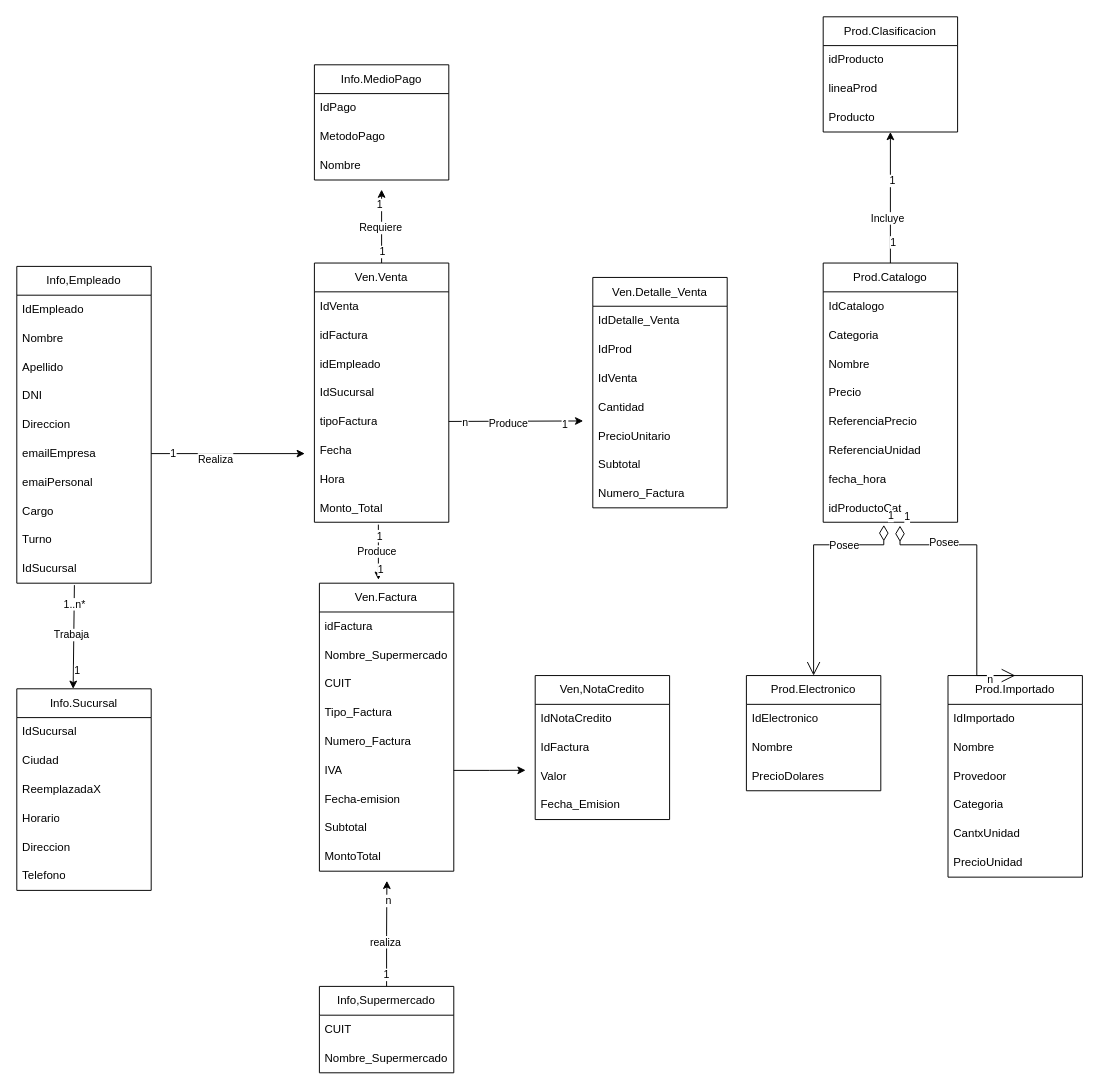
Earlier version of the draw.io diagram Scripts_Ordenados/DER_FINAL.drawio (modestti/Supermercado). Source tidied: cells renumbered, new cells numbered last; positions are measured from the earlier drawing's top-left corner, leaving out a move shared by most shapes. Both pictures are drawn from the tidied source at 96%, with x=0, y=0 at pixel (16, 16).
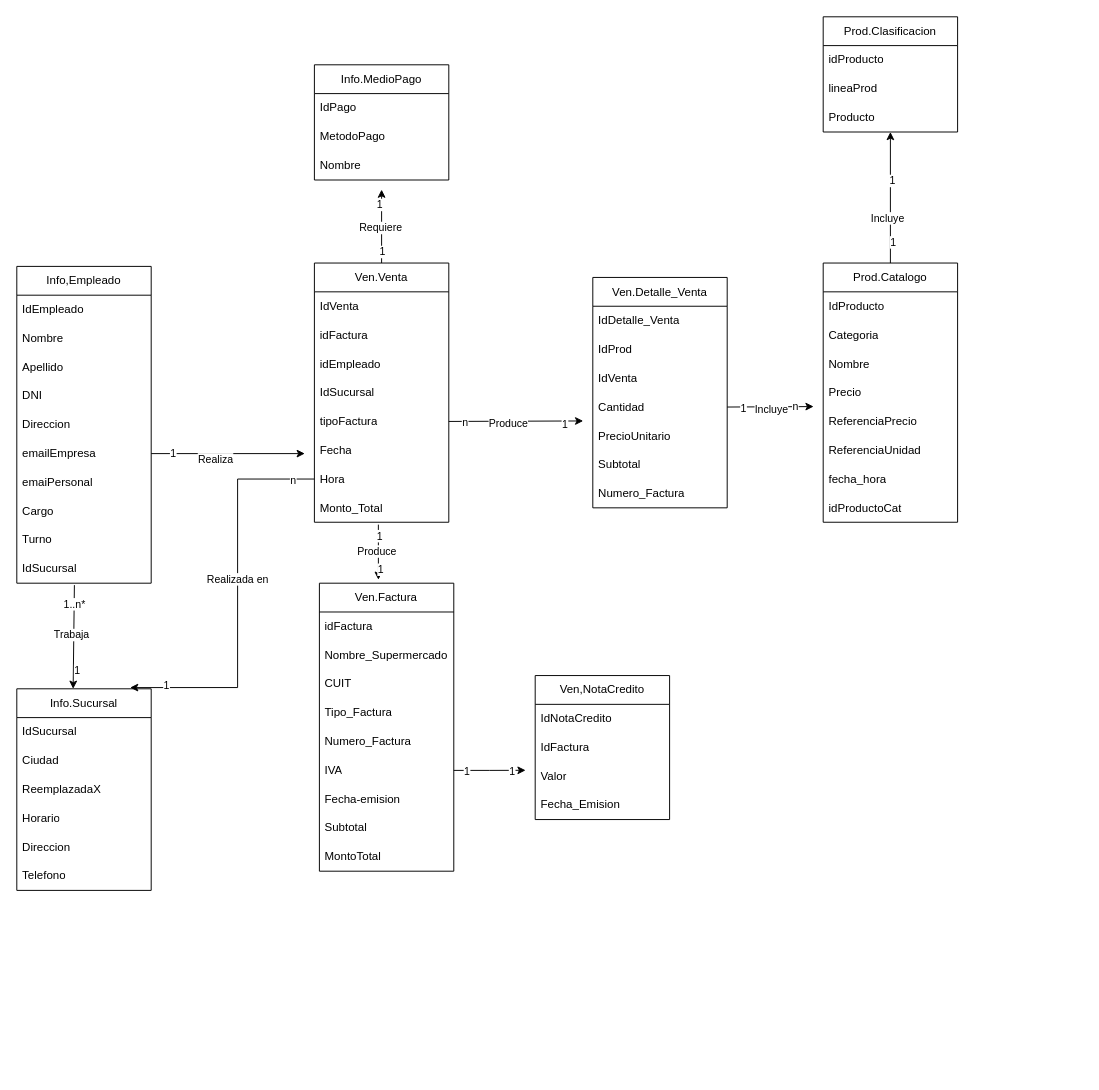
After the change.

The change refers to these unchanged cells:
```xml
<mxCell id="20" value="Prod.Catalogo" style="swimlane;fontStyle=0;horizontal=1;startSize=30;whiteSpace=wrap;html=1;" parent="1" vertex="1">
  <mxGeometry x="840" y="256.5" width="140" height="270" as="geometry" />
</mxCell>
<mxCell id="28" value="idProductoCat" style="text;strokeColor=none;fillColor=none;align=left;verticalAlign=middle;spacingLeft=4;spacingRight=4;overflow=hidden;points=[[0,0.5],[1,0.5]];portConstraint=eastwest;whiteSpace=wrap;html=1;" parent="20" vertex="1">
  <mxGeometry y="240" width="140" height="30" as="geometry" />
</mxCell>
<mxCell id="44" value="Hora" style="text;strokeColor=none;fillColor=none;align=left;verticalAlign=middle;spacingLeft=4;spacingRight=4;overflow=hidden;points=[[0,0.5],[1,0.5]];portConstraint=eastwest;whiteSpace=wrap;html=1;" parent="33" vertex="1">
  <mxGeometry y="210" width="140" height="30" as="geometry" />
</mxCell>
<mxCell id="46" value="Info.Sucursal" style="swimlane;fontStyle=0;horizontal=1;startSize=30;whiteSpace=wrap;html=1;" parent="1" vertex="1">
  <mxGeometry y="700" width="140" height="210" as="geometry" />
</mxCell>
<mxCell id="67" style="edgeStyle=orthogonalEdgeStyle;rounded=0;jettySize=auto;html=1;exitX=1;exitY=0.5;exitDx=0;exitDy=0;" parent="61" edge="1" source="68">
  <mxGeometry relative="1" as="geometry">
    <mxPoint x="214.8" y="194.9" as="targetPoint" />
  </mxGeometry>
</mxCell>
<mxCell id="72" value="Ven.Detalle_Venta" style="swimlane;fontStyle=0;horizontal=1;startSize=30;whiteSpace=wrap;html=1;" parent="1" vertex="1">
  <mxGeometry x="600" y="271.5" width="140" height="240" as="geometry" />
</mxCell>
<mxCell id="76" value="Cantidad" style="text;strokeColor=none;fillColor=none;align=left;verticalAlign=middle;spacingLeft=4;spacingRight=4;overflow=hidden;points=[[0,0.5],[1,0.5]];portConstraint=eastwest;whiteSpace=wrap;html=1;" parent="72" vertex="1">
  <mxGeometry y="120" width="140" height="30" as="geometry" />
</mxCell>
```

Diff of the diagram source:
```diff
@@
-    <mxCell id="21" value="IdCatalogo" style="text;strokeColor=none;fillColor=none;align=left;verticalAlign=middle;spacingLeft=4;spacingRight=4;overflow=hidden;whiteSpace=wrap;html=1;" parent="20" vertex="1">
+    <mxCell id="21" value="IdProducto" style="text;strokeColor=none;fillColor=none;align=left;verticalAlign=middle;spacingLeft=4;spacingRight=4;overflow=hidden;whiteSpace=wrap;html=1;" parent="20" vertex="1">
       <mxGeometry y="30" width="140" height="30" as="geometry" />
     </mxCell>
@@
+    <mxCell id="116" value="1" style="edgeLabel;html=1;align=center;verticalAlign=middle;" parent="67" vertex="1">
+      <mxGeometry x="-0.66" relative="1" as="geometry" />
+    </mxCell>
+    <mxCell id="117" value="1" style="edgeLabel;html=1;align=center;verticalAlign=middle;" parent="67" vertex="1">
+      <mxGeometry x="0.61" relative="1" as="geometry" />
+    </mxCell>
@@
+    <mxCell id="118" style="edgeStyle=orthogonalEdgeStyle;rounded=0;jettySize=auto;html=1;exitX=1;exitY=0.5;exitDx=0;exitDy=0;" parent="72" edge="1" source="76">
+      <mxGeometry relative="1" as="geometry">
+        <mxPoint x="230" y="134.5" as="targetPoint" />
+      </mxGeometry>
+    </mxCell>
+    <mxCell id="119" value="1" style="edgeLabel;html=1;align=center;verticalAlign=middle;" parent="118" vertex="1">
+      <mxGeometry x="-0.64" y="-1" relative="1" as="geometry" />
+    </mxCell>
+    <mxCell id="120" value="n" style="edgeLabel;html=1;align=center;verticalAlign=middle;" parent="118" vertex="1">
+      <mxGeometry x="0.58" y="1" relative="1" as="geometry" />
+    </mxCell>
+    <mxCell id="121" value="Incluye" style="edgeLabel;html=1;align=center;verticalAlign=middle;" parent="118" vertex="1">
+      <mxGeometry y="-2" relative="1" as="geometry" />
+    </mxCell>
@@
-    <mxCell id="80" style="edgeStyle=orthogonalEdgeStyle;rounded=0;jettySize=auto;html=1;exitX=0.5;exitY=0;exitDx=0;exitDy=0;" parent="1" edge="1" source="84">
-      <mxGeometry relative="1" as="geometry">
-        <mxPoint x="385.5" y="900" as="targetPoint" />
-      </mxGeometry>
-    </mxCell>
-    <mxCell id="81" value="1" style="edgeLabel;html=1;align=center;verticalAlign=middle;" parent="80" vertex="1">
-      <mxGeometry x="-0.76" y="1" relative="1" as="geometry" />
-    </mxCell>
-    <mxCell id="82" value="n" style="edgeLabel;html=1;align=center;verticalAlign=middle;" parent="80" vertex="1">
-      <mxGeometry x="0.62" y="-1" relative="1" as="geometry" />
-    </mxCell>
-    <mxCell id="83" value="realiza" style="edgeLabel;html=1;align=center;verticalAlign=middle;" parent="80" vertex="1">
-      <mxGeometry x="-0.16" y="2" relative="1" as="geometry" />
-    </mxCell>
-    <mxCell id="84" value="Info,Supermercado" style="swimlane;fontStyle=0;horizontal=1;startSize=30;whiteSpace=wrap;html=1;" parent="1" vertex="1">
-      <mxGeometry x="315.2" y="1010" width="140" height="90" as="geometry" />
-    </mxCell>
-    <mxCell id="85" value="CUIT" style="text;strokeColor=none;fillColor=none;align=left;verticalAlign=middle;spacingLeft=4;spacingRight=4;overflow=hidden;whiteSpace=wrap;html=1;" parent="84" vertex="1">
-      <mxGeometry y="30" width="140" height="30" as="geometry" />
-    </mxCell>
-    <mxCell id="86" value="Nombre_Supermercado" style="text;strokeColor=none;fillColor=none;align=left;verticalAlign=middle;spacingLeft=4;spacingRight=4;overflow=hidden;whiteSpace=wrap;html=1;" parent="84" vertex="1">
-      <mxGeometry y="60" width="140" height="30" as="geometry" />
-    </mxCell>
-    <mxCell id="87" value="Prod.Electronico" style="swimlane;fontStyle=0;horizontal=1;startSize=30;whiteSpace=wrap;html=1;" parent="1" vertex="1">
-      <mxGeometry x="760" y="686.2" width="140" height="120" as="geometry" />
-    </mxCell>
-    <mxCell id="88" value="IdElectronico" style="text;strokeColor=none;fillColor=none;align=left;verticalAlign=middle;spacingLeft=4;spacingRight=4;overflow=hidden;whiteSpace=wrap;html=1;" parent="87" vertex="1">
-      <mxGeometry y="30" width="140" height="30" as="geometry" />
-    </mxCell>
-    <mxCell id="89" value="Nombre" style="text;strokeColor=none;fillColor=none;align=left;verticalAlign=middle;spacingLeft=4;spacingRight=4;overflow=hidden;whiteSpace=wrap;html=1;" parent="87" vertex="1">
-      <mxGeometry y="60" width="140" height="30" as="geometry" />
-    </mxCell>
-    <mxCell id="90" value="PrecioDolares" style="text;strokeColor=none;fillColor=none;align=left;verticalAlign=middle;spacingLeft=4;spacingRight=4;overflow=hidden;whiteSpace=wrap;html=1;" parent="87" vertex="1">
-      <mxGeometry y="90" width="140" height="30" as="geometry" />
-    </mxCell>
-    <mxCell id="91" value="Prod.Importado" style="swimlane;fontStyle=0;horizontal=1;startSize=30;whiteSpace=wrap;html=1;" parent="1" vertex="1">
-      <mxGeometry x="970" y="686.2" width="140" height="210" as="geometry" />
-    </mxCell>
-    <mxCell id="92" value="IdImportado" style="text;strokeColor=none;fillColor=none;align=left;verticalAlign=middle;spacingLeft=4;spacingRight=4;overflow=hidden;whiteSpace=wrap;html=1;" parent="91" vertex="1">
-      <mxGeometry y="30" width="140" height="30" as="geometry" />
-    </mxCell>
-    <mxCell id="93" value="Nombre" style="text;strokeColor=none;fillColor=none;align=left;verticalAlign=middle;spacingLeft=4;spacingRight=4;overflow=hidden;whiteSpace=wrap;html=1;" parent="91" vertex="1">
-      <mxGeometry y="60" width="140" height="30" as="geometry" />
-    </mxCell>
-    <mxCell id="94" value="Provedoor" style="text;strokeColor=none;fillColor=none;align=left;verticalAlign=middle;spacingLeft=4;spacingRight=4;overflow=hidden;whiteSpace=wrap;html=1;" parent="91" vertex="1">
-      <mxGeometry y="90" width="140" height="30" as="geometry" />
-    </mxCell>
-    <mxCell id="95" value="Categoria" style="text;strokeColor=none;fillColor=none;align=left;verticalAlign=middle;spacingLeft=4;spacingRight=4;overflow=hidden;whiteSpace=wrap;html=1;" parent="91" vertex="1">
-      <mxGeometry y="120" width="140" height="30" as="geometry" />
-    </mxCell>
-    <mxCell id="96" value="CantxUnidad" style="text;strokeColor=none;fillColor=none;align=left;verticalAlign=middle;spacingLeft=4;spacingRight=4;overflow=hidden;whiteSpace=wrap;html=1;" parent="91" vertex="1">
-      <mxGeometry y="150" width="140" height="30" as="geometry" />
-    </mxCell>
-    <mxCell id="97" value="PrecioUnidad" style="text;strokeColor=none;fillColor=none;align=left;verticalAlign=middle;spacingLeft=4;spacingRight=4;overflow=hidden;whiteSpace=wrap;html=1;" parent="91" vertex="1">
-      <mxGeometry y="180" width="140" height="30" as="geometry" />
-    </mxCell>
-    <mxCell id="98" value="1" style="endArrow=open;html=1;endSize=12;startArrow=diamondThin;startSize=14;startFill=0;edgeStyle=orthogonalEdgeStyle;align=left;verticalAlign=bottom;rounded=0;exitX=0.451;exitY=1.094;exitDx=0;exitDy=0;exitPerimeter=0;entryX=0.5;entryY=0;entryDx=0;entryDy=0;" parent="1" edge="1" source="28" target="87">
-      <mxGeometry x="-1" y="3" relative="1" as="geometry">
-        <Array as="points">
-          <mxPoint x="903" y="550" />
-          <mxPoint x="830" y="550" />
-        </Array>
-      </mxGeometry>
-    </mxCell>
-    <mxCell id="99" value="Posee" style="edgeLabel;html=1;align=center;verticalAlign=middle;" parent="98" vertex="1">
-      <mxGeometry x="-0.46" relative="1" as="geometry" />
-    </mxCell>
-    <mxCell id="100" value="1" style="endArrow=open;html=1;endSize=12;startArrow=diamondThin;startSize=14;startFill=0;edgeStyle=orthogonalEdgeStyle;align=left;verticalAlign=bottom;rounded=0;entryX=0.5;entryY=0;entryDx=0;entryDy=0;" parent="1" edge="1" target="91">
-      <mxGeometry x="-1" y="3" relative="1" as="geometry">
-        <mxPoint x="920" y="530" as="sourcePoint" />
-        <Array as="points">
-          <mxPoint x="920" y="550" />
-          <mxPoint x="1000" y="550" />
-          <mxPoint x="1000" y="686" />
-        </Array>
-      </mxGeometry>
-    </mxCell>
-    <mxCell id="101" value="n" style="edgeLabel;html=1;align=center;verticalAlign=middle;" parent="100" vertex="1">
-      <mxGeometry x="0.81" y="-2" relative="1" as="geometry">
-        <mxPoint y="1" as="offset" />
-      </mxGeometry>
-    </mxCell>
-    <mxCell id="102" value="Posee" style="edgeLabel;html=1;align=center;verticalAlign=middle;" parent="100" vertex="1">
-      <mxGeometry x="-0.53" y="3" relative="1" as="geometry" />
-    </mxCell>
@@
+    <mxCell id="122" style="edgeStyle=orthogonalEdgeStyle;rounded=0;jettySize=auto;html=1;exitX=0;exitY=0.5;exitDx=0;exitDy=0;entryX=0.843;entryY=-0.006;entryDx=0;entryDy=0;entryPerimeter=0;" parent="1" edge="1" source="44" target="46">
+      <mxGeometry relative="1" as="geometry">
+        <Array as="points">
+          <mxPoint x="230" y="482" />
+          <mxPoint x="230" y="699" />
+        </Array>
+      </mxGeometry>
+    </mxCell>
+    <mxCell id="123" value="n" style="edgeLabel;html=1;align=center;verticalAlign=middle;" parent="122" vertex="1">
+      <mxGeometry x="-0.89" y="1" relative="1" as="geometry" />
+    </mxCell>
+    <mxCell id="124" value="1" style="edgeLabel;html=1;align=center;verticalAlign=middle;" parent="122" vertex="1">
+      <mxGeometry x="0.82" y="-2" relative="1" as="geometry" />
+    </mxCell>
+    <mxCell id="125" value="Realizada en" style="edgeLabel;html=1;align=center;verticalAlign=middle;" parent="122" vertex="1">
+      <mxGeometry x="-0.1" y="-1" relative="1" as="geometry" />
+    </mxCell>
```
